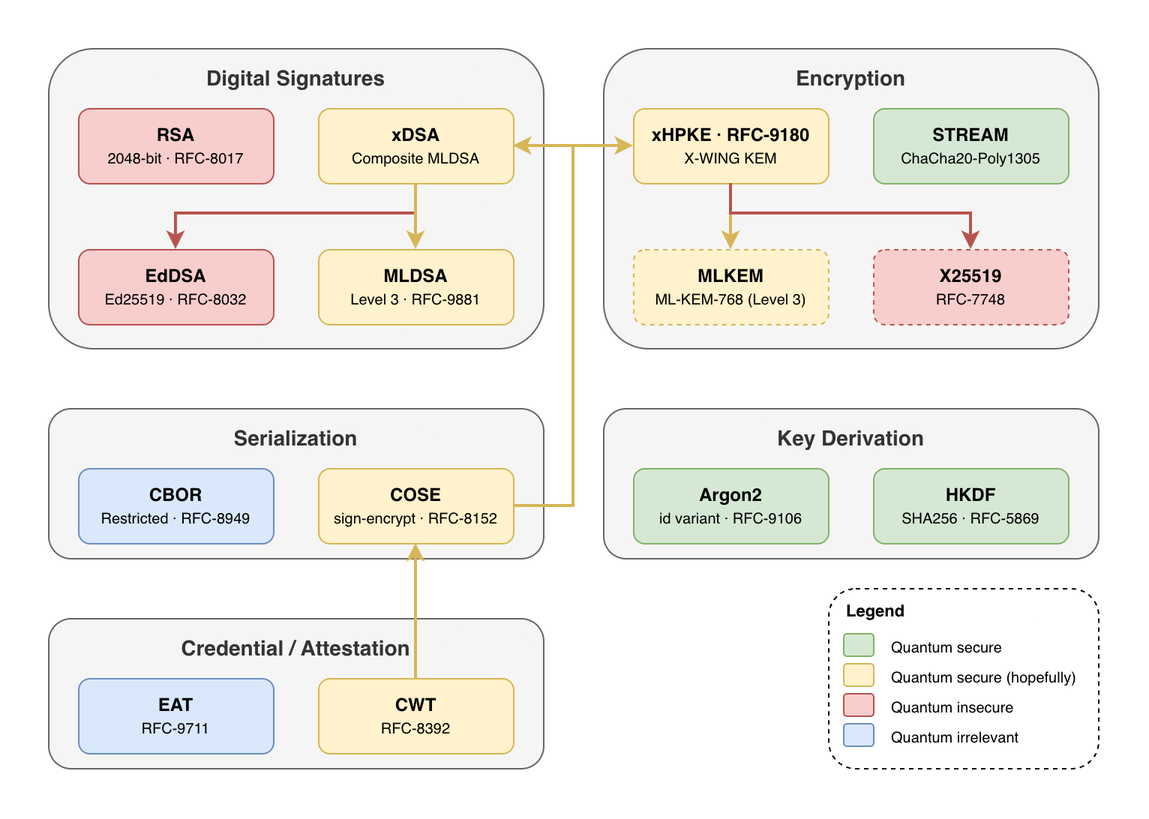
Above: doc/overview.png in dark-bio/crypto-fl (draw.io), before the change. Source tidied: cells renumbered, new cells last; positions are measured from the earlier drawing's top-left corner, leaving out a move shared by most shapes. The source it was exported from:
```xml
<mxGraphModel>
  <root>
    <mxCell id="0" />
    <mxCell id="1" parent="0" />
    <mxCell id="2" value="Digital Signatures" style="rounded=1;whiteSpace=wrap;html=1;fillColor=#f5f5f5;strokeColor=#666666;verticalAlign=top;fontStyle=1;fontSize=14;spacingTop=5;shadow=0;fontColor=#333333;" parent="1" vertex="1">
      <mxGeometry width="330" height="200" as="geometry" />
    </mxCell>
    <mxCell id="3" value="&lt;b&gt;xDSA&lt;/b&gt;&lt;br&gt;&lt;font style=&quot;font-size:10px&quot;&gt;Composite MLDSA&lt;/font&gt;" style="rounded=1;whiteSpace=wrap;html=1;fillColor=#fff2cc;strokeColor=#d6b656;shadow=0;" parent="1" vertex="1">
      <mxGeometry x="180" y="40" width="130" height="50" as="geometry" />
    </mxCell>
    <mxCell id="4" value="&lt;b&gt;EdDSA&lt;/b&gt;&lt;br&gt;&lt;font style=&quot;font-size:10px&quot;&gt;Ed25519 · RFC-8032&lt;/font&gt;" style="rounded=1;whiteSpace=wrap;html=1;fillColor=#f8cecc;strokeColor=#b85450;shadow=0;" parent="1" vertex="1">
      <mxGeometry x="20" y="134" width="130" height="50" as="geometry" />
    </mxCell>
    <mxCell id="5" value="&lt;b&gt;MLDSA&lt;/b&gt;&lt;br&gt;&lt;font style=&quot;font-size: 10px;&quot;&gt;Level 3 · RFC-&lt;/font&gt;&lt;span style=&quot;font-size: 10px;&quot;&gt;9881&lt;/span&gt;" style="rounded=1;whiteSpace=wrap;html=1;fillColor=#fff2cc;strokeColor=#d6b656;shadow=0;" parent="1" vertex="1">
      <mxGeometry x="180" y="134" width="130" height="50" as="geometry" />
    </mxCell>
    <mxCell id="6" value="&lt;b&gt;RSA&lt;/b&gt;&lt;br&gt;&lt;font style=&quot;font-size:10px&quot;&gt;2048-bit · RFC-8017&lt;/font&gt;" style="rounded=1;whiteSpace=wrap;html=1;fillColor=#f8cecc;strokeColor=#b85450;shadow=0;" parent="1" vertex="1">
      <mxGeometry x="20" y="40" width="130" height="50" as="geometry" />
    </mxCell>
    <mxCell id="7" value="Encryption" style="rounded=1;whiteSpace=wrap;html=1;fillColor=#f5f5f5;strokeColor=#666666;verticalAlign=top;fontStyle=1;fontSize=14;spacingTop=5;shadow=0;fontColor=#333333;" parent="1" vertex="1">
      <mxGeometry x="370" width="330" height="200" as="geometry" />
    </mxCell>
    <mxCell id="8" value="&lt;b&gt;xHPKE&lt;/b&gt;&lt;font style=&quot;&quot;&gt;&lt;b&gt;&amp;nbsp;· RFC-9180&lt;/b&gt;&lt;/font&gt;&lt;div&gt;&lt;font style=&quot;&quot;&gt;&lt;span style=&quot;font-size: 10px;&quot;&gt;X-WING KEM&lt;/span&gt;&lt;/font&gt;&lt;/div&gt;" style="rounded=1;whiteSpace=wrap;html=1;fillColor=#fff2cc;strokeColor=#d6b656;shadow=0;" parent="1" vertex="1">
      <mxGeometry x="390" y="40" width="130" height="50" as="geometry" />
    </mxCell>
    <mxCell id="9" value="&lt;b&gt;X25519&lt;/b&gt;&lt;br&gt;&lt;font style=&quot;font-size:10px&quot;&gt;RFC-7748&lt;/font&gt;" style="rounded=1;whiteSpace=wrap;html=1;fillColor=#f8cecc;strokeColor=#b85450;shadow=0;dashed=1;" parent="1" vertex="1">
      <mxGeometry x="550" y="134" width="130" height="50" as="geometry" />
    </mxCell>
    <mxCell id="10" value="&lt;b&gt;MLKEM&lt;/b&gt;&lt;br&gt;&lt;font style=&quot;font-size:10px&quot;&gt;ML-KEM-768 (Level 3)&lt;/font&gt;" style="rounded=1;whiteSpace=wrap;html=1;fillColor=#fff2cc;strokeColor=#d6b656;shadow=0;dashed=1;" parent="1" vertex="1">
      <mxGeometry x="390" y="134" width="130" height="50" as="geometry" />
    </mxCell>
    <mxCell id="11" value="&lt;b&gt;STREAM&lt;/b&gt;&lt;br&gt;&lt;font style=&quot;font-size:10px&quot;&gt;ChaCha20-Poly1305&lt;/font&gt;" style="rounded=1;whiteSpace=wrap;html=1;fillColor=#d5e8d4;strokeColor=#82b366;shadow=0;" parent="1" vertex="1">
      <mxGeometry x="550" y="40" width="130" height="50" as="geometry" />
    </mxCell>
    <mxCell id="12" value="Key Derivation" style="rounded=1;whiteSpace=wrap;html=1;fillColor=#f5f5f5;strokeColor=#666666;verticalAlign=top;fontStyle=1;fontSize=14;spacingTop=5;fontColor=#333333;shadow=0;" parent="1" vertex="1">
      <mxGeometry x="370" y="240" width="330" height="100" as="geometry" />
    </mxCell>
    <mxCell id="13" value="&lt;b&gt;Argon2&lt;/b&gt;&lt;br&gt;&lt;font style=&quot;font-size:10px&quot;&gt;id variant · RFC-9106&lt;/font&gt;" style="rounded=1;whiteSpace=wrap;html=1;fillColor=#d5e8d4;strokeColor=#82b366;shadow=0;" parent="1" vertex="1">
      <mxGeometry x="390" y="280" width="130" height="50" as="geometry" />
    </mxCell>
    <mxCell id="14" value="Serialization" style="rounded=1;whiteSpace=wrap;html=1;fillColor=#f5f5f5;strokeColor=#666666;verticalAlign=top;fontStyle=1;fontSize=14;spacingTop=5;fontColor=#333333;shadow=0;" parent="1" vertex="1">
      <mxGeometry y="240" width="330" height="100" as="geometry" />
    </mxCell>
    <mxCell id="15" value="&lt;b&gt;CBOR&lt;/b&gt;&lt;br&gt;&lt;font style=&quot;font-size:10px&quot;&gt;Restricted&amp;nbsp;·&amp;nbsp;RFC-8949&lt;/font&gt;" style="rounded=1;whiteSpace=wrap;html=1;fillColor=#dae8fc;strokeColor=#6c8ebf;shadow=0;" parent="1" vertex="1">
      <mxGeometry x="20" y="280" width="130" height="50" as="geometry" />
    </mxCell>
    <mxCell id="16" style="edgeStyle=orthogonalEdgeStyle;rounded=0;jettySize=auto;html=1;strokeColor=#b85450;strokeWidth=2;endArrow=classic;shadow=0;entryX=0.5;entryY=0;entryDx=0;entryDy=0;fillColor=#f8cecc;" parent="1" edge="1" source="3" target="4">
      <mxGeometry relative="1" as="geometry">
        <Array as="points">
          <mxPoint x="245" y="110" />
          <mxPoint x="85" y="110" />
        </Array>
      </mxGeometry>
    </mxCell>
    <mxCell id="17" style="edgeStyle=orthogonalEdgeStyle;rounded=0;jettySize=auto;html=1;strokeColor=#d6b656;strokeWidth=2;endArrow=classic;shadow=0;fillColor=#fff2cc;" parent="1" edge="1" source="3" target="5">
      <mxGeometry relative="1" as="geometry" />
    </mxCell>
    <mxCell id="18" style="edgeStyle=orthogonalEdgeStyle;rounded=0;jettySize=auto;html=1;strokeColor=#d6b656;strokeWidth=2;endArrow=classic;shadow=0;fillColor=#fff2cc;" parent="1" edge="1" source="8" target="10">
      <mxGeometry relative="1" as="geometry">
        <Array as="points">
          <mxPoint x="455" y="120" />
          <mxPoint x="455" y="120" />
        </Array>
      </mxGeometry>
    </mxCell>
    <mxCell id="19" style="edgeStyle=orthogonalEdgeStyle;rounded=0;jettySize=auto;html=1;strokeColor=#b85450;strokeWidth=2;endArrow=classic;shadow=0;fillColor=#f8cecc;" parent="1" edge="1" source="8" target="9">
      <mxGeometry relative="1" as="geometry">
        <Array as="points">
          <mxPoint x="455" y="110" />
          <mxPoint x="615" y="110" />
        </Array>
      </mxGeometry>
    </mxCell>
    <mxCell id="20" style="rounded=1;whiteSpace=wrap;html=1;strokeWidth=1;dashed=1;" parent="1" vertex="1">
      <mxGeometry x="520" y="360" width="180" height="120" as="geometry" />
    </mxCell>
    <mxCell id="21" value="&lt;b&gt;Legend&lt;/b&gt;" style="text;html=1;strokeColor=none;fillColor=none;align=left;verticalAlign=middle;whiteSpace=wrap;rounded=0;fontSize=11;" parent="1" vertex="1">
      <mxGeometry x="530" y="365" width="60" height="20" as="geometry" />
    </mxCell>
    <mxCell id="22" style="rounded=1;whiteSpace=wrap;html=1;fillColor=#d5e8d4;strokeColor=#82b366;" parent="1" vertex="1">
      <mxGeometry x="530" y="390" width="20" height="15" as="geometry" />
    </mxCell>
    <mxCell id="23" value="Quantum secure" style="text;html=1;strokeColor=none;fillColor=none;align=left;verticalAlign=middle;whiteSpace=wrap;rounded=0;fontSize=10;" parent="1" vertex="1">
      <mxGeometry x="560" y="390" width="80" height="15" as="geometry" />
    </mxCell>
    <mxCell id="24" style="rounded=1;whiteSpace=wrap;html=1;fillColor=#f8cecc;strokeColor=#b85450;" parent="1" vertex="1">
      <mxGeometry x="530" y="430" width="20" height="15" as="geometry" />
    </mxCell>
    <mxCell id="25" value="Quantum insecure" style="text;html=1;strokeColor=none;fillColor=none;align=left;verticalAlign=middle;whiteSpace=wrap;rounded=0;fontSize=10;" parent="1" vertex="1">
      <mxGeometry x="560" y="430" width="100" height="15" as="geometry" />
    </mxCell>
    <mxCell id="26" style="rounded=1;whiteSpace=wrap;html=1;fillColor=#fff2cc;strokeColor=#d6b656;" parent="1" vertex="1">
      <mxGeometry x="530" y="410" width="20" height="15" as="geometry" />
    </mxCell>
    <mxCell id="27" value="Quantum secure (hopefully)" style="text;html=1;strokeColor=none;fillColor=none;align=left;verticalAlign=middle;whiteSpace=wrap;rounded=0;fontSize=10;" parent="1" vertex="1">
      <mxGeometry x="560" y="410" width="130" height="15" as="geometry" />
    </mxCell>
    <mxCell id="28" style="rounded=1;whiteSpace=wrap;html=1;fillColor=#dae8fc;strokeColor=#6c8ebf;" parent="1" vertex="1">
      <mxGeometry x="530" y="450" width="20" height="15" as="geometry" />
    </mxCell>
    <mxCell id="29" value="Quantum irrelevant" style="text;html=1;strokeColor=none;fillColor=none;align=left;verticalAlign=middle;whiteSpace=wrap;rounded=0;fontSize=10;" parent="1" vertex="1">
      <mxGeometry x="560" y="450" width="100" height="15" as="geometry" />
    </mxCell>
    <mxCell id="30" value="&lt;b&gt;HKDF&lt;/b&gt;&lt;br&gt;&lt;span style=&quot;font-size: 10px;&quot;&gt;SHA256&lt;/span&gt;&lt;span style=&quot;font-size: 10px;&quot;&gt;&amp;nbsp;·&amp;nbsp;&lt;/span&gt;&lt;span style=&quot;font-size: 10px;&quot;&gt;RFC-5869&lt;/span&gt;" style="rounded=1;whiteSpace=wrap;html=1;fillColor=#d5e8d4;strokeColor=#82b366;shadow=0;" parent="1" vertex="1">
      <mxGeometry x="550" y="280" width="130" height="50" as="geometry" />
    </mxCell>
    <mxCell id="31" value="&lt;b&gt;COSE&lt;/b&gt;&lt;br&gt;&lt;font style=&quot;font-size:10px&quot;&gt;sign-encrypt · RFC-&lt;/font&gt;&lt;span style=&quot;font-size: 10px;&quot;&gt;8152&lt;/span&gt;" style="rounded=1;whiteSpace=wrap;html=1;fillColor=#fff2cc;strokeColor=#d6b656;shadow=0;" parent="1" vertex="1">
      <mxGeometry x="180" y="280" width="130" height="50" as="geometry" />
    </mxCell>
    <mxCell id="32" style="edgeStyle=orthogonalEdgeStyle;rounded=0;jettySize=auto;html=1;strokeColor=#d6b656;strokeWidth=2;endArrow=classic;shadow=0;fillColor=#fff2cc;entryX=1;entryY=0.5;entryDx=0;entryDy=0;" parent="1" edge="1" target="3">
      <mxGeometry relative="1" as="geometry">
        <mxPoint x="310" y="305" as="sourcePoint" />
        <Array as="points">
          <mxPoint x="350" y="305" />
          <mxPoint x="350" y="65" />
        </Array>
      </mxGeometry>
    </mxCell>
    <mxCell id="33" style="edgeStyle=orthogonalEdgeStyle;rounded=0;jettySize=auto;html=1;strokeColor=#d6b656;strokeWidth=2;endArrow=classic;shadow=0;fillColor=#fff2cc;entryX=0;entryY=0.5;entryDx=0;entryDy=0;" parent="1" edge="1" target="8">
      <mxGeometry relative="1" as="geometry">
        <mxPoint x="310" y="305" as="sourcePoint" />
        <Array as="points">
          <mxPoint x="350" y="305" />
          <mxPoint x="350" y="65" />
        </Array>
      </mxGeometry>
    </mxCell>
    <mxCell id="34" value="Credential / Attestation" style="rounded=1;whiteSpace=wrap;html=1;fillColor=#f5f5f5;strokeColor=#666666;verticalAlign=top;fontStyle=1;fontSize=14;spacingTop=5;fontColor=#333333;shadow=0;" parent="1" vertex="1">
      <mxGeometry y="380" width="330" height="100" as="geometry" />
    </mxCell>
    <mxCell id="35" value="&lt;b&gt;CWT&lt;/b&gt;&lt;br&gt;&lt;span style=&quot;font-size: 10px;&quot;&gt;RFC-8392&lt;/span&gt;" style="rounded=1;whiteSpace=wrap;html=1;fillColor=#fff2cc;strokeColor=#d6b656;shadow=0;" parent="1" vertex="1">
      <mxGeometry x="180" y="420" width="130" height="50" as="geometry" />
    </mxCell>
    <mxCell id="36" value="&lt;b&gt;EAT&lt;/b&gt;&lt;br&gt;&lt;span style=&quot;font-size: 10px;&quot;&gt;RFC-9711&lt;/span&gt;" style="rounded=1;whiteSpace=wrap;html=1;fillColor=#dae8fc;strokeColor=#6c8ebf;shadow=0;" parent="1" vertex="1">
      <mxGeometry x="20" y="420" width="130" height="50" as="geometry" />
    </mxCell>
    <mxCell id="37" style="edgeStyle=orthogonalEdgeStyle;rounded=0;jettySize=auto;html=1;strokeColor=#d6b656;strokeWidth=2;endArrow=classic;shadow=0;fillColor=#fff2cc;entryX=0.5;entryY=1;entryDx=0;entryDy=0;exitX=0.5;exitY=0;exitDx=0;exitDy=0;" parent="1" edge="1" source="35" target="31">
      <mxGeometry relative="1" as="geometry" />
    </mxCell>
  </root>
</mxGraphModel>
```
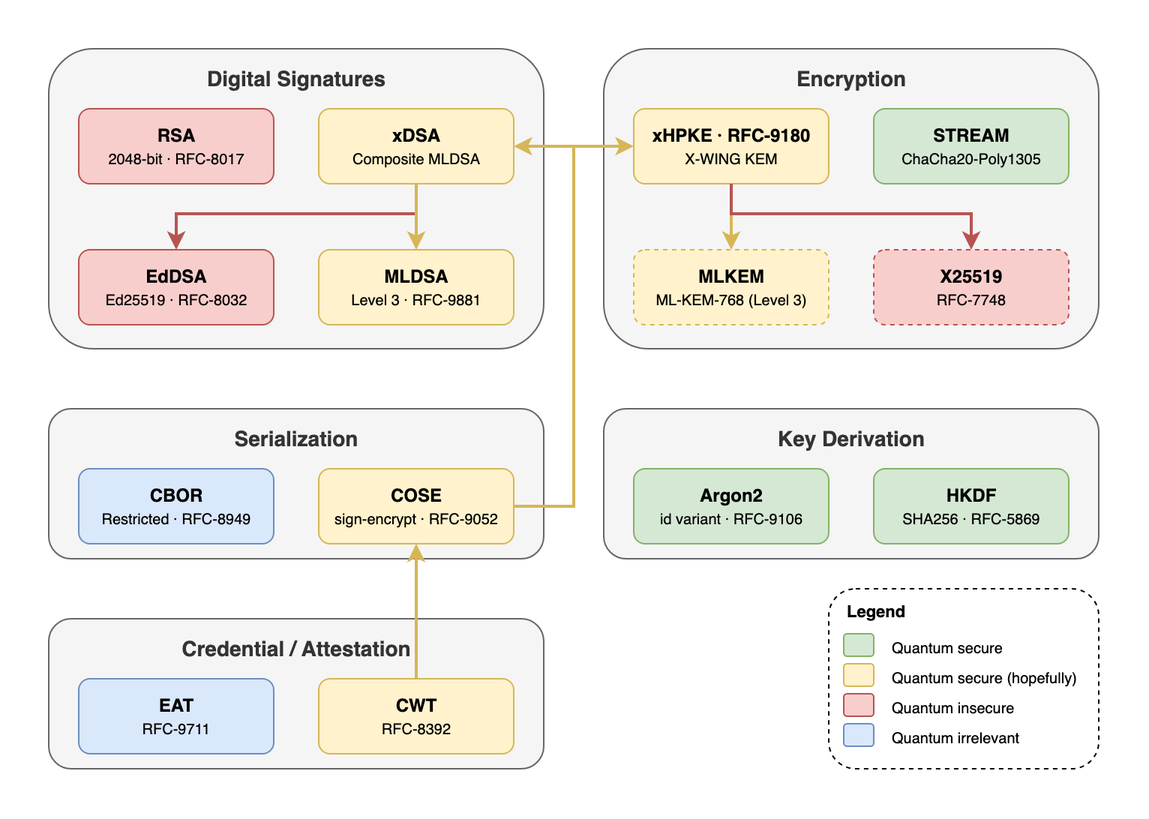
Later version of the same file.

Diff of the diagram source:
```diff
@@ -104,7 +104,7 @@
     <mxCell id="30" value="&lt;b&gt;HKDF&lt;/b&gt;&lt;br&gt;&lt;span style=&quot;font-size: 10px;&quot;&gt;SHA256&lt;/span&gt;&lt;span style=&quot;font-size: 10px;&quot;&gt;&amp;nbsp;·&amp;nbsp;&lt;/span&gt;&lt;span style=&quot;font-size: 10px;&quot;&gt;RFC-5869&lt;/span&gt;" style="rounded=1;whiteSpace=wrap;html=1;fillColor=#d5e8d4;strokeColor=#82b366;shadow=0;" parent="1" vertex="1">
       <mxGeometry x="550" y="280" width="130" height="50" as="geometry" />
     </mxCell>
-    <mxCell id="31" value="&lt;b&gt;COSE&lt;/b&gt;&lt;br&gt;&lt;font style=&quot;font-size:10px&quot;&gt;sign-encrypt · RFC-&lt;/font&gt;&lt;span style=&quot;font-size: 10px;&quot;&gt;8152&lt;/span&gt;" style="rounded=1;whiteSpace=wrap;html=1;fillColor=#fff2cc;strokeColor=#d6b656;shadow=0;" parent="1" vertex="1">
+    <mxCell id="31" value="&lt;b&gt;COSE&lt;/b&gt;&lt;br&gt;&lt;font style=&quot;font-size:10px&quot;&gt;sign-encrypt · RFC-&lt;/font&gt;&lt;span style=&quot;font-size: 10px;&quot;&gt;9052&lt;/span&gt;" style="rounded=1;whiteSpace=wrap;html=1;fillColor=#fff2cc;strokeColor=#d6b656;shadow=0;" parent="1" vertex="1">
       <mxGeometry x="180" y="280" width="130" height="50" as="geometry" />
     </mxCell>
     <mxCell id="32" style="edgeStyle=orthogonalEdgeStyle;rounded=0;jettySize=auto;html=1;strokeColor=#d6b656;strokeWidth=2;endArrow=classic;shadow=0;fillColor=#fff2cc;entryX=1;entryY=0.5;entryDx=0;entryDy=0;" parent="1" edge="1" target="3">
```
